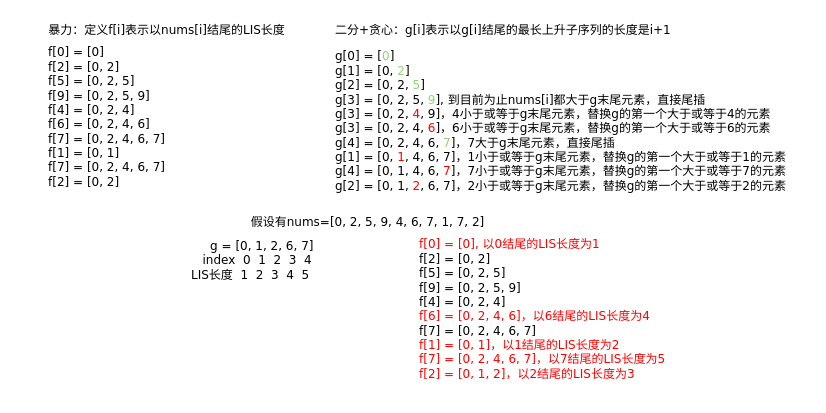
The draw.io diagram 算法/LIS.drawio in xyshawy/DRAW, before the edit. Source tidied: cells renumbered, new cells numbered last; positions are measured from the earlier drawing's top-left corner, leaving out a move shared by most shapes. Both pictures are drawn from the tidied source at 100%, with x=0, y=0 at pixel (17, 17).
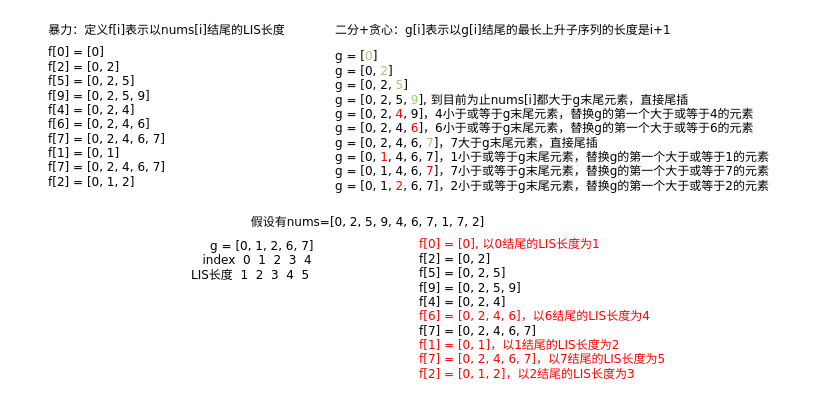
Above is the later version.

What changed in the source:
```diff
@@
 <mxGraphModel>
   <root>
     <mxCell id="0" />
     <mxCell id="1" parent="0" />
     <mxCell id="2" value="&lt;font&gt;假设有nums=[0, 2, 5, 9, 4, 6, 7, 1, 7, 2]&lt;/font&gt;" style="text;html=1;align=center;verticalAlign=middle;whiteSpace=wrap;rounded=0;fontFamily=Verdana;" parent="1" vertex="1">
       <mxGeometry x="201" y="192" width="299" height="26" as="geometry" />
     </mxCell>
-    <mxCell id="3" value="&lt;div&gt;&lt;font&gt;f[0] = [0]&lt;/font&gt;&lt;/div&gt;&lt;div&gt;&lt;font&gt;f[2] = [0, 2]&lt;/font&gt;&lt;/div&gt;&lt;div&gt;&lt;font&gt;f[5] = [0, 2, 5]&lt;/font&gt;&lt;/div&gt;&lt;div&gt;&lt;font&gt;f[9] = [0, 2, 5, 9]&lt;/font&gt;&lt;/div&gt;&lt;div&gt;&lt;font&gt;f[4] = [0, 2, 4]&lt;/font&gt;&lt;/div&gt;&lt;div&gt;&lt;font&gt;f[6] = [0, 2, 4, 6]&lt;/font&gt;&lt;/div&gt;&lt;div&gt;&lt;font&gt;f[7] = [0, 2, 4, 6, 7]&lt;/font&gt;&lt;/div&gt;&lt;div&gt;&lt;font&gt;f[1] = [0, 1]&lt;/font&gt;&lt;/div&gt;&lt;div&gt;&lt;font&gt;f[7] = [0, 2, 4, 6, 7]&lt;/font&gt;&lt;/div&gt;&lt;div&gt;&lt;font&gt;f[2] = [0, 2]&lt;/font&gt;&lt;/div&gt;&lt;div style=&quot;&quot;&gt;&lt;br&gt;&lt;/div&gt;" style="text;html=1;align=left;verticalAlign=middle;whiteSpace=wrap;rounded=0;fontFamily=Verdana;" parent="1" vertex="1">
+    <mxCell id="3" value="&lt;div&gt;&lt;font&gt;f[0] = [0]&lt;/font&gt;&lt;/div&gt;&lt;div&gt;&lt;font&gt;f[2] = [0, 2]&lt;/font&gt;&lt;/div&gt;&lt;div&gt;&lt;font&gt;f[5] = [0, 2, 5]&lt;/font&gt;&lt;/div&gt;&lt;div&gt;&lt;font&gt;f[9] = [0, 2, 5, 9]&lt;/font&gt;&lt;/div&gt;&lt;div&gt;&lt;font&gt;f[4] = [0, 2, 4]&lt;/font&gt;&lt;/div&gt;&lt;div&gt;&lt;font&gt;f[6] = [0, 2, 4, 6]&lt;/font&gt;&lt;/div&gt;&lt;div&gt;&lt;font&gt;f[7] = [0, 2, 4, 6, 7]&lt;/font&gt;&lt;/div&gt;&lt;div&gt;&lt;font&gt;f[1] = [0, 1]&lt;/font&gt;&lt;/div&gt;&lt;div&gt;&lt;font&gt;f[7] = [0, 2, 4, 6, 7]&lt;/font&gt;&lt;/div&gt;&lt;div&gt;&lt;font&gt;f[2] = [0, 1, 2]&lt;/font&gt;&lt;/div&gt;&lt;div style=&quot;&quot;&gt;&lt;br&gt;&lt;/div&gt;" style="text;html=1;align=left;verticalAlign=middle;whiteSpace=wrap;rounded=0;fontFamily=Verdana;" parent="1" vertex="1">
       <mxGeometry x="29" y="26" width="299" height="161" as="geometry" />
     </mxCell>
     <mxCell id="4" value="暴力：定义f[i]表示以nums[i]结尾的LIS长度" style="text;html=1;align=center;verticalAlign=middle;whiteSpace=wrap;rounded=0;fontFamily=Verdana;" parent="1" vertex="1">
       <mxGeometry width="299" height="26" as="geometry" />
     </mxCell>
     <mxCell id="5" value="二分+贪心：g[i]表示以g[i]结尾的最长上升子序列的长度是i+1" style="text;html=1;align=left;verticalAlign=middle;whiteSpace=wrap;rounded=0;fontFamily=Verdana;" parent="1" vertex="1">
       <mxGeometry x="316" width="353" height="26" as="geometry" />
     </mxCell>
-    <mxCell id="6" value="&lt;div&gt;g[0] = [&lt;font color=&quot;#97d077&quot;&gt;0&lt;/font&gt;]&lt;/div&gt;&lt;div&gt;g[1] = [0, &lt;font color=&quot;#97d077&quot;&gt;2&lt;/font&gt;]&lt;/div&gt;&lt;div&gt;g[2] = [0, 2, &lt;font color=&quot;#97d077&quot;&gt;5&lt;/font&gt;]&lt;/div&gt;&lt;div&gt;g[3] = [0, 2, 5, &lt;font color=&quot;#97d077&quot;&gt;9&lt;/font&gt;], 到目前为止nums[i]都大于g末尾元素，直接尾插&lt;/div&gt;&lt;div&gt;g[3] = [0, 2, &lt;font color=&quot;#ff0000&quot;&gt;4&lt;/font&gt;, 9]，4小于或等于g末尾元素，替换g的第一个大于或等于4的元素&lt;/div&gt;&lt;div&gt;g[3] = [0, 2, 4, &lt;font color=&quot;#ff0000&quot;&gt;6&lt;/font&gt;]，6&lt;span style=&quot;background-color: initial;&quot;&gt;小于或等于g末尾元素，替换g的第一个大于或等于6的元素&lt;/span&gt;&lt;/div&gt;&lt;div&gt;g[4] = [0, 2, 4, 6, &lt;font color=&quot;#97d077&quot;&gt;7&lt;/font&gt;]，&lt;span style=&quot;background-color: initial;&quot;&gt;7大于g末尾元素，直接尾插&lt;/span&gt;&lt;/div&gt;&lt;div&gt;g[1] = [0, &lt;font color=&quot;#ff0000&quot;&gt;1&lt;/font&gt;, 4, 6, 7]&lt;span style=&quot;background-color: initial;&quot;&gt;，1&lt;/span&gt;&lt;span style=&quot;background-color: initial;&quot;&gt;小于或等于g末尾元素，替换g的第一个大于或等于1的元素&lt;/span&gt;&lt;/div&gt;&lt;div&gt;g[4] = [0, 1, 4, 6, &lt;font color=&quot;#ff0000&quot;&gt;7&lt;/font&gt;]&lt;span style=&quot;background-color: initial;&quot;&gt;，7&lt;/span&gt;&lt;span style=&quot;background-color: initial;&quot;&gt;小于或等于g末尾元素，替换g的第一个大于或等于7的元素&lt;/span&gt;&lt;/div&gt;&lt;div&gt;g[2] = [0, 1, &lt;font color=&quot;#ff0000&quot;&gt;2&lt;/font&gt;, 6, 7]&lt;span style=&quot;background-color: initial;&quot;&gt;，2&lt;/span&gt;&lt;span style=&quot;background-color: initial;&quot;&gt;小于或等于g末尾元素，替换g的第一个大于或等于2的元素&lt;/span&gt;&lt;/div&gt;&lt;div&gt;&lt;br&gt;&lt;/div&gt;" style="text;html=1;align=left;verticalAlign=middle;strokeColor=none;fillColor=none;fontFamily=Verdana;fontSize=12;fontColor=default;" parent="1" vertex="1">
-      <mxGeometry x="316" y="26" width="476" height="170" as="geometry" />
+    <mxCell id="6" value="&lt;div&gt;g = [&lt;font color=&quot;#97d077&quot;&gt;0&lt;/font&gt;]&lt;/div&gt;&lt;div&gt;g = [0, &lt;font color=&quot;#97d077&quot;&gt;2&lt;/font&gt;]&lt;/div&gt;&lt;div&gt;g = [0, 2, &lt;font color=&quot;#97d077&quot;&gt;5&lt;/font&gt;]&lt;/div&gt;&lt;div&gt;g = [0, 2, 5, &lt;font color=&quot;#97d077&quot;&gt;9&lt;/font&gt;], 到目前为止nums[i]都大于g末尾元素，直接尾插&lt;/div&gt;&lt;div&gt;g = [0, 2, &lt;font color=&quot;#ff0000&quot;&gt;4&lt;/font&gt;, 9]，4小于或等于g末尾元素，替换g的第一个大于或等于4的元素&lt;/div&gt;&lt;div&gt;g = [0, 2, 4, &lt;font color=&quot;#ff0000&quot;&gt;6&lt;/font&gt;]，6&lt;span style=&quot;background-color: initial;&quot;&gt;小于或等于g末尾元素，替换g的第一个大于或等于6的元素&lt;/span&gt;&lt;/div&gt;&lt;div&gt;g = [0, 2, 4, 6, &lt;font color=&quot;#97d077&quot;&gt;7&lt;/font&gt;]，&lt;span style=&quot;background-color: initial;&quot;&gt;7大于g末尾元素，直接尾插&lt;/span&gt;&lt;/div&gt;&lt;div&gt;g = [0, &lt;font color=&quot;#ff0000&quot;&gt;1&lt;/font&gt;, 4, 6, 7]&lt;span style=&quot;background-color: initial;&quot;&gt;，1&lt;/span&gt;&lt;span style=&quot;background-color: initial;&quot;&gt;小于或等于g末尾元素，替换g的第一个大于或等于1的元素&lt;/span&gt;&lt;/div&gt;&lt;div&gt;g = [0, 1, 4, 6, &lt;font color=&quot;#ff0000&quot;&gt;7&lt;/font&gt;]&lt;span style=&quot;background-color: initial;&quot;&gt;，7&lt;/span&gt;&lt;span style=&quot;background-color: initial;&quot;&gt;小于或等于g末尾元素，替换g的第一个大于或等于7的元素&lt;/span&gt;&lt;/div&gt;&lt;div&gt;g = [0, 1, &lt;font color=&quot;#ff0000&quot;&gt;2&lt;/font&gt;, 6, 7]&lt;span style=&quot;background-color: initial;&quot;&gt;，2&lt;/span&gt;&lt;span style=&quot;background-color: initial;&quot;&gt;小于或等于g末尾元素，替换g的第一个大于或等于2的元素&lt;/span&gt;&lt;/div&gt;&lt;div&gt;&lt;br&gt;&lt;/div&gt;" style="text;html=1;align=left;verticalAlign=middle;strokeColor=none;fillColor=none;fontFamily=Verdana;fontSize=12;fontColor=default;" parent="1" vertex="1">
+      <mxGeometry x="316" y="26" width="457" height="170" as="geometry" />
     </mxCell>
     <mxCell id="7" value="&lt;span style=&quot;text-align: left;&quot;&gt;&lt;span style=&quot;white-space: pre;&quot;&gt;&#9;&lt;/span&gt;g = [0, 1,&amp;nbsp;&lt;/span&gt;&lt;font style=&quot;text-align: left;&quot;&gt;2&lt;/font&gt;&lt;span style=&quot;text-align: left;&quot;&gt;, 6, 7]&lt;/span&gt;&lt;div style=&quot;text-align: left;&quot;&gt;&lt;span style=&quot;&quot;&gt;&amp;nbsp; &amp;nbsp; &amp;nbsp; index&amp;nbsp; 0&amp;nbsp; 1&amp;nbsp; 2&amp;nbsp; 3&amp;nbsp; 4&lt;/span&gt;&lt;/div&gt;&lt;div style=&quot;text-align: left;&quot;&gt;&amp;nbsp; &amp;nbsp;LIS长度&amp;nbsp; 1&amp;nbsp; 2&amp;nbsp; 3&amp;nbsp; 4&amp;nbsp; 5&lt;span style=&quot;&quot;&gt;&lt;br&gt;&lt;/span&gt;&lt;/div&gt;" style="text;html=1;align=center;verticalAlign=middle;strokeColor=none;fillColor=none;fontFamily=Verdana;fontSize=12;fontColor=default;" parent="1" vertex="1">
       <mxGeometry x="148" y="215" width="161" height="55" as="geometry" />
     </mxCell>
     <mxCell id="8" value="&lt;div&gt;&lt;font color=&quot;#ff0000&quot;&gt;f[0] = [0], 以0结尾的LIS长度为1&lt;/font&gt;&lt;/div&gt;&lt;div&gt;&lt;font&gt;f[2] = [0, 2]&lt;/font&gt;&lt;/div&gt;&lt;div&gt;&lt;font&gt;f[5] = [0, 2, 5]&lt;/font&gt;&lt;/div&gt;&lt;div&gt;&lt;font&gt;f[9] = [0, 2, 5, 9]&lt;/font&gt;&lt;/div&gt;&lt;div&gt;&lt;font&gt;f[4] = [0, 2, 4]&lt;/font&gt;&lt;/div&gt;&lt;div&gt;&lt;font color=&quot;#ff0000&quot;&gt;f[6] = [0, 2, 4, 6]，&lt;/font&gt;&lt;span style=&quot;color: rgb(255, 0, 0); background-color: initial;&quot;&gt;以6结尾的LIS长度为4&lt;/span&gt;&lt;/div&gt;&lt;div&gt;&lt;font&gt;f[7] = [0, 2, 4, 6, 7]&lt;/font&gt;&lt;/div&gt;&lt;div&gt;&lt;font color=&quot;#ff0000&quot;&gt;f[1] = [0, 1]，&lt;/font&gt;&lt;span style=&quot;color: rgb(255, 0, 0); background-color: initial;&quot;&gt;以1结尾的LIS长度为2&lt;/span&gt;&lt;/div&gt;&lt;div&gt;&lt;font color=&quot;#ff0000&quot;&gt;f[7] = [0, 2, 4, 6, 7]，&lt;/font&gt;&lt;span style=&quot;color: rgb(255, 0, 0); background-color: initial;&quot;&gt;以7结尾的LIS长度为5&lt;/span&gt;&lt;/div&gt;&lt;div&gt;&lt;font color=&quot;#ff0000&quot;&gt;f[2] = [0, 1, 2]，&lt;/font&gt;&lt;span style=&quot;color: rgb(255, 0, 0); background-color: initial;&quot;&gt;以2结尾的LIS长度为3&lt;/span&gt;&lt;/div&gt;&lt;div style=&quot;&quot;&gt;&lt;br&gt;&lt;/div&gt;" style="text;html=1;align=left;verticalAlign=middle;whiteSpace=wrap;rounded=0;fontFamily=Verdana;" parent="1" vertex="1">
       <mxGeometry x="400" y="218" width="299" height="161" as="geometry" />
     </mxCell>
   </root>
 </mxGraphModel>
```
